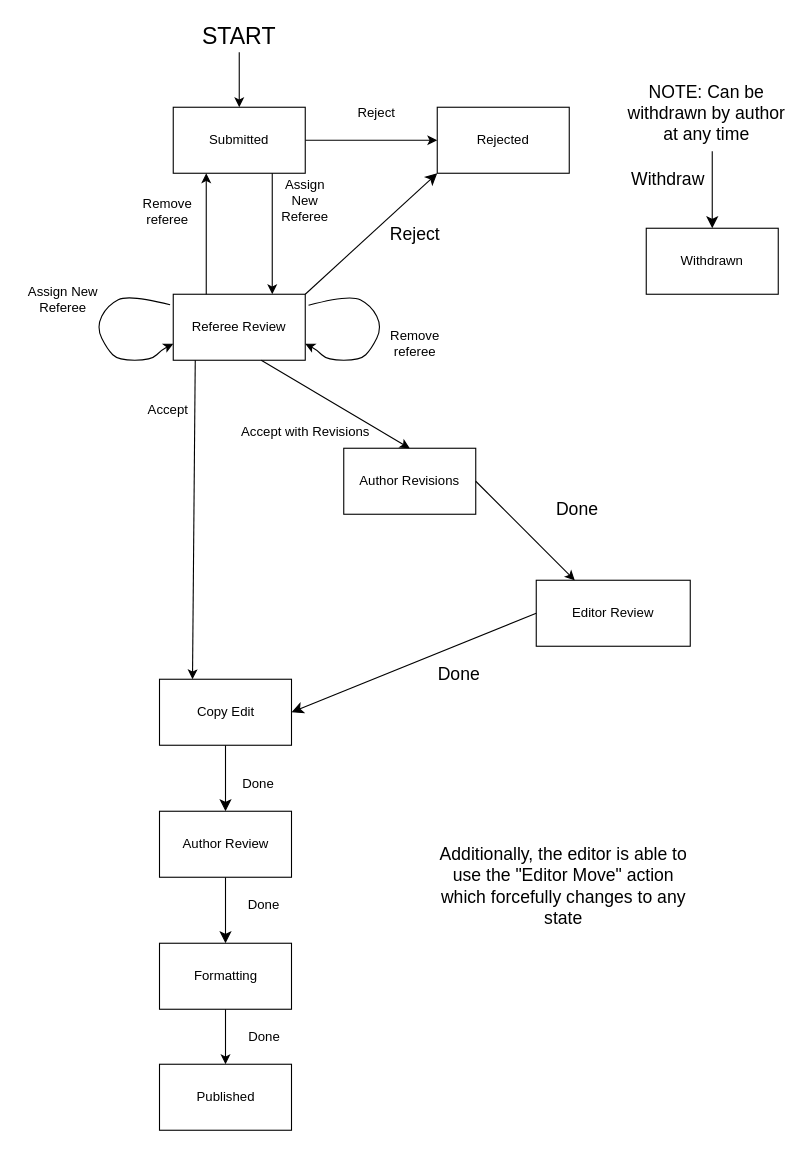
The draw.io diagram docs/Manuscript_FSM.drawio in AthenaKouKou/journal, before the edit. Source tidied: cells renumbered, new cells numbered last; positions are measured from the earlier drawing's top-left corner, leaving out a move shared by most shapes. Both pictures are drawn from the tidied source at 110%, with x=0, y=0 at pixel (19, 19).
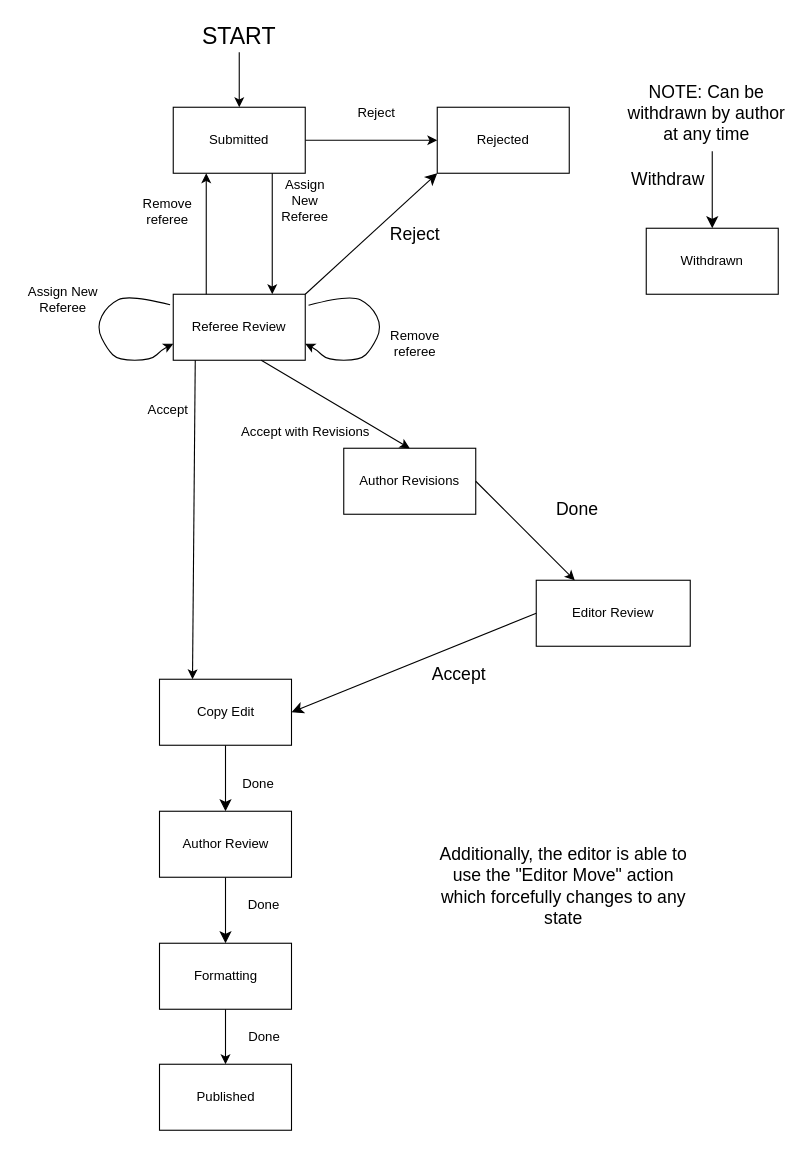
The same diagram, later.

The edit, as a diff of the source:
```diff
@@
-    <mxCell id="39" value="&lt;div&gt;Done&lt;/div&gt;" style="text;html=1;align=center;verticalAlign=middle;whiteSpace=wrap;rounded=0;fontSize=16;" parent="1" vertex="1">
+    <mxCell id="39" value="&lt;div&gt;Accept&lt;/div&gt;" style="text;html=1;align=center;verticalAlign=middle;whiteSpace=wrap;rounded=0;fontSize=16;" parent="1" vertex="1">
       <mxGeometry x="370" y="580" width="60" height="30" as="geometry" />
     </mxCell>
```
